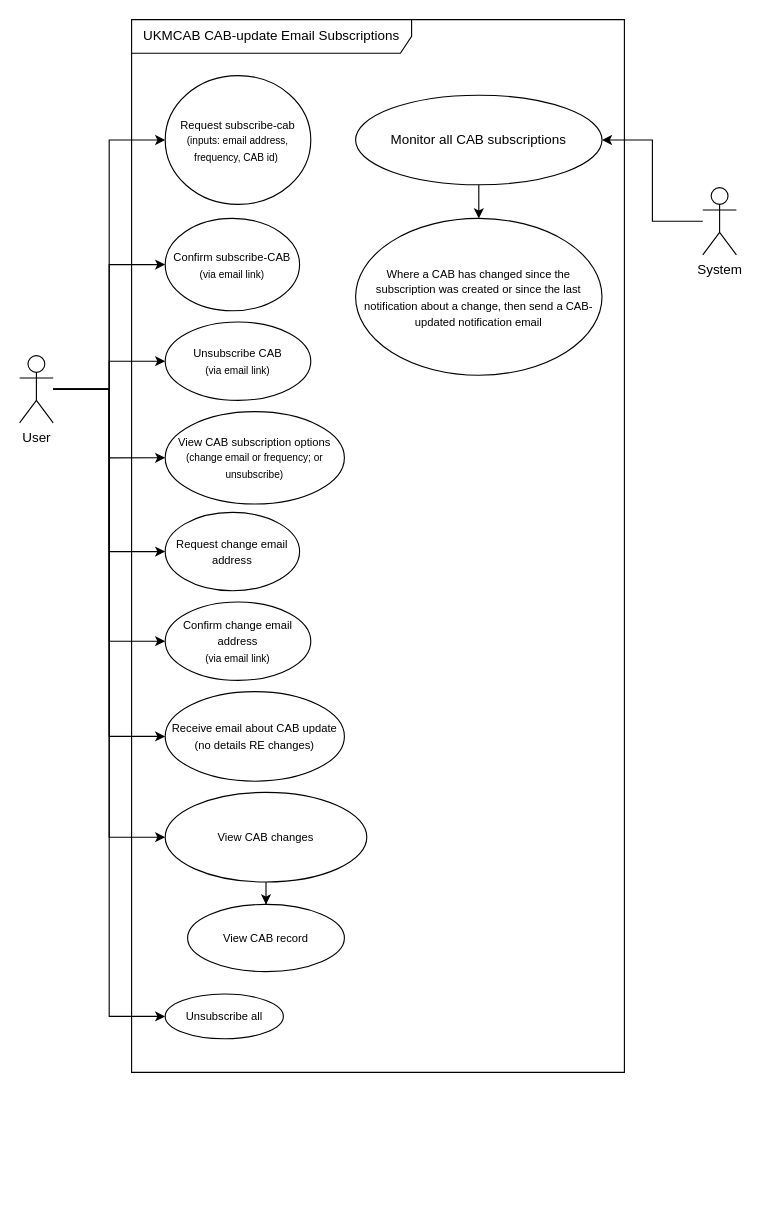
Before: page "CAB update subscriptions" (2 of 2) of UKMCAB.Subscriptions/use_case.drawio in OfficeForProductSafetyAndStandards/ukmcab-subscriptions, a draw.io diagram. Source tidied: cells renumbered, new cells numbered last; positions are measured from the earlier drawing's top-left corner, leaving out a move shared by most shapes. Both pictures are drawn from the tidied source at 112%, with x=0, y=0 at pixel (19, 19).
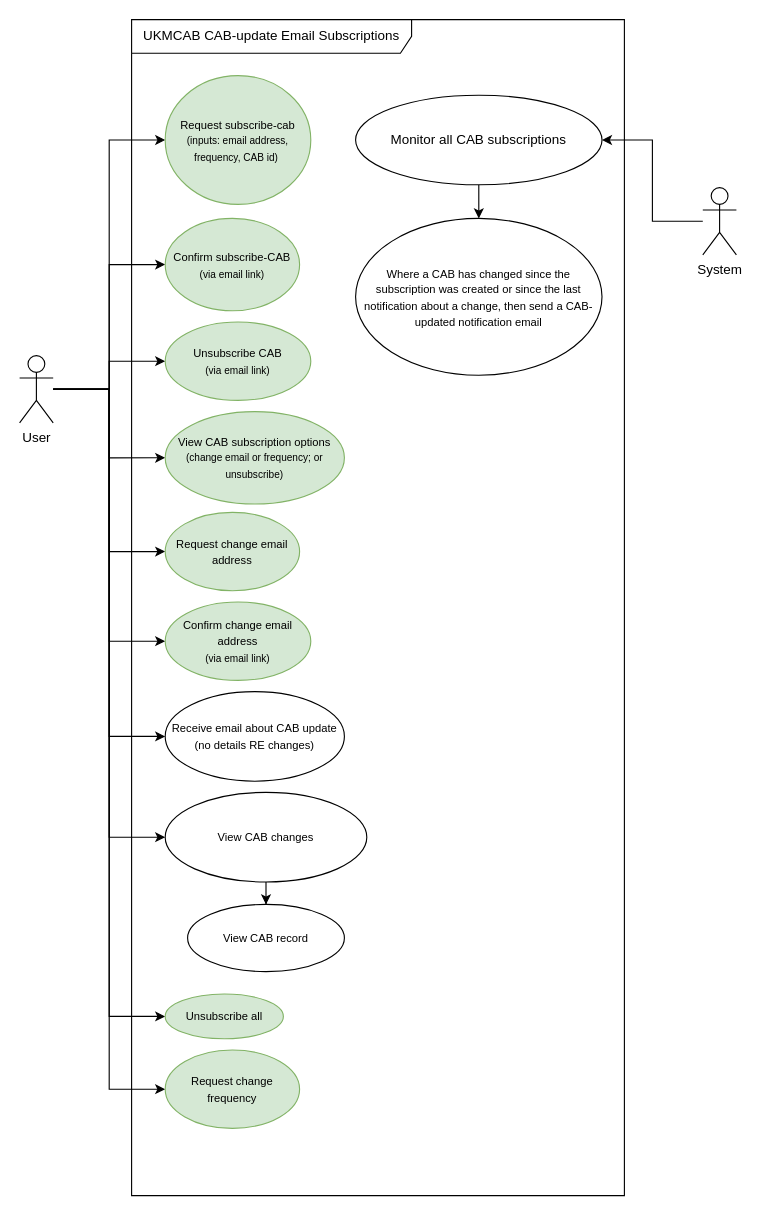
The same diagram, later.

The change refers to these unchanged cells:
```xml
<mxCell id="12" value="User" style="shape=umlActor;verticalLabelPosition=bottom;verticalAlign=top;html=1;outlineConnect=0;" parent="1" vertex="1">
  <mxGeometry y="300" width="30" height="60" as="geometry" />
</mxCell>
```

Diff of the diagram source:
```diff
@@
     <mxCell id="2" value="UKMCAB CAB-update Email Subscriptions" style="shape=umlFrame;whiteSpace=wrap;html=1;width=250;height=30;" parent="1" vertex="1">
-      <mxGeometry x="100" width="440" height="940" as="geometry" />
+      <mxGeometry x="100" width="440" height="1050" as="geometry" />
     </mxCell>
@@
+    <mxCell id="29" style="edgeStyle=orthogonalEdgeStyle;rounded=0;jettySize=auto;html=1;entryX=0;entryY=0.5;entryDx=0;entryDy=0;" parent="1" edge="1" source="12" target="30">
+      <mxGeometry relative="1" as="geometry" />
+    </mxCell>
@@
-    <mxCell id="13" value="&lt;font style=&quot;font-size: 10px;&quot;&gt;Request subscribe-cab &lt;/font&gt;&lt;font style=&quot;font-size: 9px;&quot;&gt;(inputs: email address, frequency, CAB id)&amp;nbsp;&lt;/font&gt;" style="ellipse;whiteSpace=wrap;html=1;" parent="1" vertex="1">
+    <mxCell id="13" value="&lt;font style=&quot;font-size: 10px;&quot;&gt;Request subscribe-cab &lt;/font&gt;&lt;font style=&quot;font-size: 9px;&quot;&gt;(inputs: email address, frequency, CAB id)&amp;nbsp;&lt;/font&gt;" style="ellipse;whiteSpace=wrap;html=1;fillColor=#d5e8d4;strokeColor=#82b366;" parent="1" vertex="1">
       <mxGeometry x="130" y="50" width="130" height="115" as="geometry" />
     </mxCell>
-    <mxCell id="14" value="&lt;font style=&quot;&quot;&gt;&lt;font style=&quot;font-size: 10px;&quot;&gt;Confirm&amp;nbsp;subscribe-CAB&lt;/font&gt;&lt;font style=&quot;font-size: 9px;&quot;&gt;&lt;font style=&quot;&quot;&gt;&lt;br&gt;&lt;/font&gt;(via email link)&lt;/font&gt;&lt;br&gt;&lt;/font&gt;" style="ellipse;whiteSpace=wrap;html=1;" parent="1" vertex="1">
+    <mxCell id="14" value="&lt;font style=&quot;&quot;&gt;&lt;font style=&quot;font-size: 10px;&quot;&gt;Confirm&amp;nbsp;subscribe-CAB&lt;/font&gt;&lt;font style=&quot;font-size: 9px;&quot;&gt;&lt;font style=&quot;&quot;&gt;&lt;br&gt;&lt;/font&gt;(via email link)&lt;/font&gt;&lt;br&gt;&lt;/font&gt;" style="ellipse;whiteSpace=wrap;html=1;fillColor=#d5e8d4;strokeColor=#82b366;" parent="1" vertex="1">
       <mxGeometry x="130" y="177.5" width="120" height="82.5" as="geometry" />
     </mxCell>
@@
-    <mxCell id="17" value="&lt;font style=&quot;&quot;&gt;&lt;span style=&quot;font-size: 10px;&quot;&gt;Unsubscribe CAB&lt;/span&gt;&lt;br&gt;&lt;font style=&quot;font-size: 9px;&quot;&gt;(via email link)&lt;/font&gt;&lt;/font&gt;" style="ellipse;whiteSpace=wrap;html=1;" parent="1" vertex="1">
+    <mxCell id="17" value="&lt;font style=&quot;&quot;&gt;&lt;span style=&quot;font-size: 10px;&quot;&gt;Unsubscribe CAB&lt;/span&gt;&lt;br&gt;&lt;font style=&quot;font-size: 9px;&quot;&gt;(via email link)&lt;/font&gt;&lt;/font&gt;" style="ellipse;whiteSpace=wrap;html=1;fillColor=#d5e8d4;strokeColor=#82b366;" parent="1" vertex="1">
       <mxGeometry x="130" y="270" width="130" height="70" as="geometry" />
     </mxCell>
-    <mxCell id="18" value="&lt;font style=&quot;font-size: 10px;&quot;&gt;Request change email address&lt;/font&gt;" style="ellipse;whiteSpace=wrap;html=1;" parent="1" vertex="1">
+    <mxCell id="18" value="&lt;font style=&quot;font-size: 10px;&quot;&gt;Request change email address&lt;/font&gt;" style="ellipse;whiteSpace=wrap;html=1;fillColor=#d5e8d4;strokeColor=#82b366;" parent="1" vertex="1">
       <mxGeometry x="130" y="440" width="120" height="70" as="geometry" />
     </mxCell>
-    <mxCell id="19" value="&lt;font style=&quot;&quot;&gt;&lt;span style=&quot;font-size: 10px;&quot;&gt;Confirm change email address &lt;/span&gt;&lt;br&gt;&lt;font style=&quot;font-size: 9px;&quot;&gt;(via email link)&lt;/font&gt;&lt;/font&gt;" style="ellipse;whiteSpace=wrap;html=1;" parent="1" vertex="1">
+    <mxCell id="19" value="&lt;font style=&quot;&quot;&gt;&lt;span style=&quot;font-size: 10px;&quot;&gt;Confirm change email address &lt;/span&gt;&lt;br&gt;&lt;font style=&quot;font-size: 9px;&quot;&gt;(via email link)&lt;/font&gt;&lt;/font&gt;" style="ellipse;whiteSpace=wrap;html=1;fillColor=#d5e8d4;strokeColor=#82b366;" parent="1" vertex="1">
       <mxGeometry x="130" y="520" width="130" height="70" as="geometry" />
     </mxCell>
-    <mxCell id="20" value="&lt;font style=&quot;font-size: 10px;&quot;&gt;View CAB subscription options &lt;/font&gt;&lt;font style=&quot;font-size: 9px;&quot;&gt;(change email or frequency; or unsubscribe)&lt;/font&gt;" style="ellipse;whiteSpace=wrap;html=1;" parent="1" vertex="1">
+    <mxCell id="20" value="&lt;font style=&quot;font-size: 10px;&quot;&gt;View CAB subscription options &lt;/font&gt;&lt;font style=&quot;font-size: 9px;&quot;&gt;(change email or frequency; or unsubscribe)&lt;/font&gt;" style="ellipse;whiteSpace=wrap;html=1;fillColor=#d5e8d4;strokeColor=#82b366;" parent="1" vertex="1">
       <mxGeometry x="130" y="350" width="160" height="82.5" as="geometry" />
     </mxCell>
@@
-    <mxCell id="28" value="&lt;span style=&quot;font-size: 10px;&quot;&gt;Unsubscribe all&lt;/span&gt;" style="ellipse;whiteSpace=wrap;html=1;" parent="1" vertex="1">
+    <mxCell id="28" value="&lt;span style=&quot;font-size: 10px;&quot;&gt;Unsubscribe all&lt;/span&gt;" style="ellipse;whiteSpace=wrap;html=1;fillColor=#d5e8d4;strokeColor=#82b366;" parent="1" vertex="1">
       <mxGeometry x="130" y="870" width="105.5" height="40" as="geometry" />
     </mxCell>
+    <mxCell id="30" value="&lt;font style=&quot;font-size: 10px;&quot;&gt;Request change frequency&lt;/font&gt;" style="ellipse;whiteSpace=wrap;html=1;fillColor=#d5e8d4;strokeColor=#82b366;" parent="1" vertex="1">
+      <mxGeometry x="130" y="920" width="120" height="70" as="geometry" />
+    </mxCell>
```
